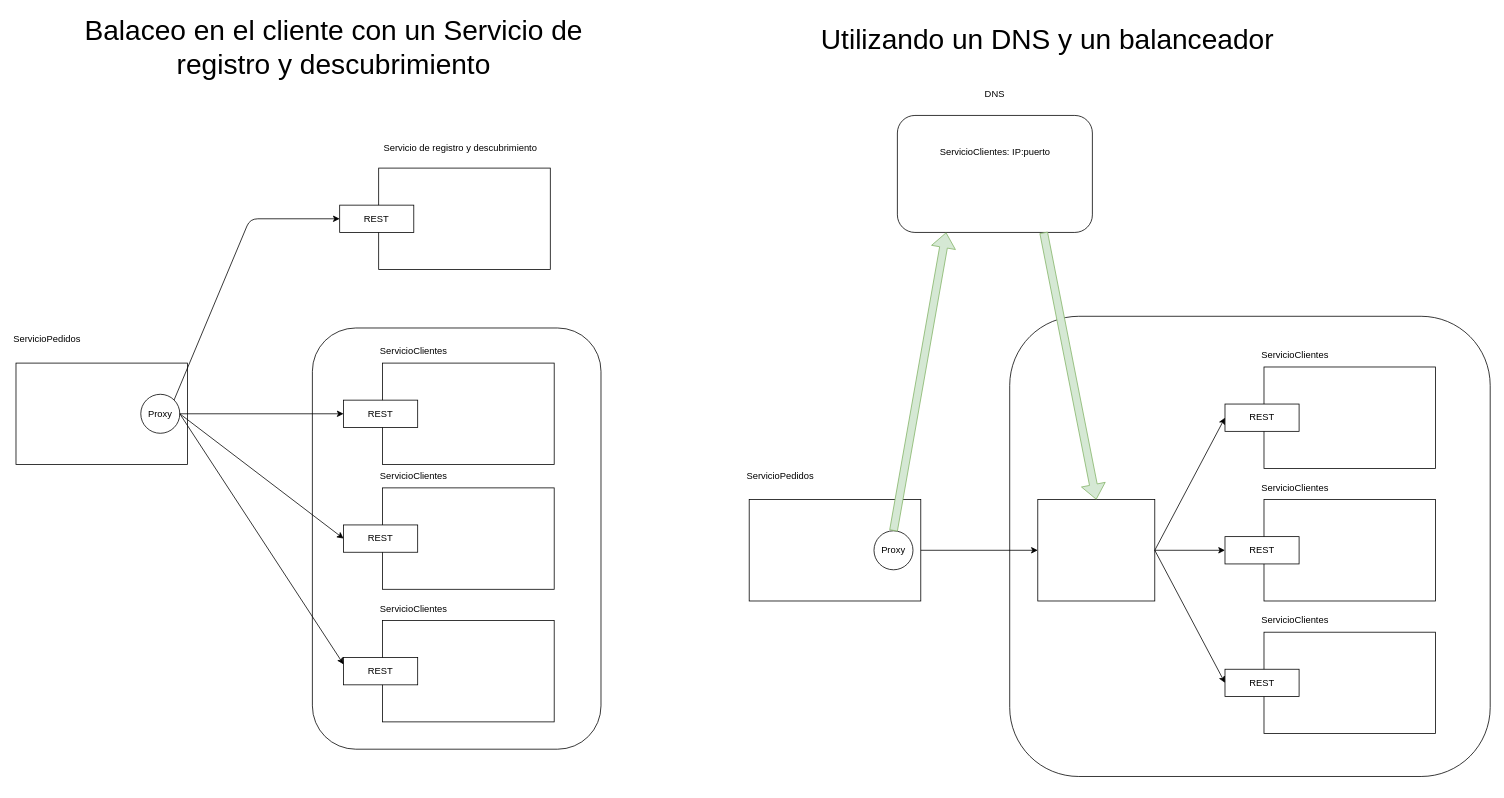
Before: page "Página-13" (13 of 18) of patrones_2022.drawio in lrag/Patrones, a draw.io diagram. Source tidied: cells renumbered, new cells numbered last; positions are measured from the earlier drawing's top-left corner, leaving out a move shared by most shapes. Both pictures are drawn from the tidied source at 78%, with x=0, y=0 at pixel (16, 27).
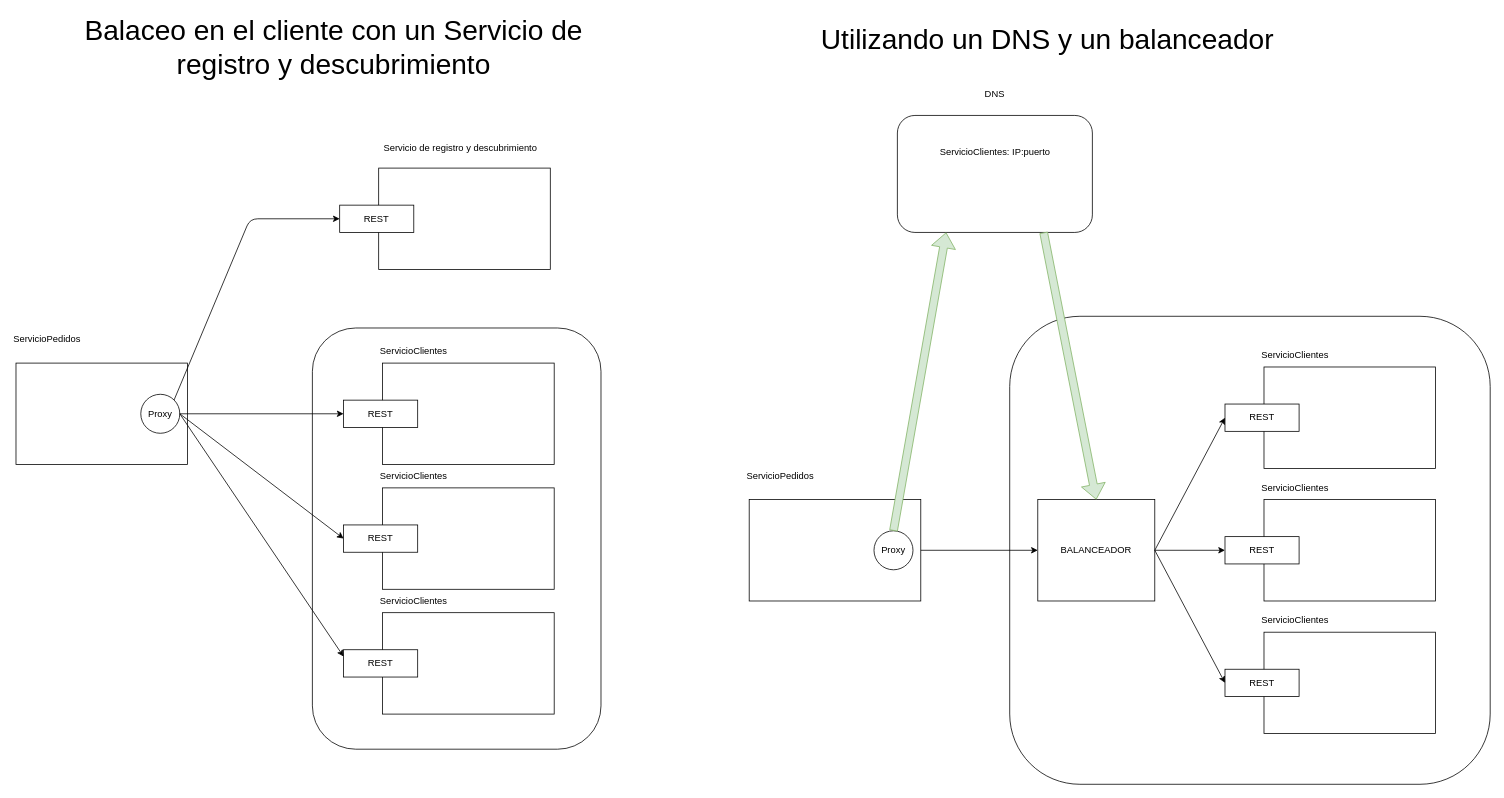
The same diagram, later.

Change to the diagram source:
```diff
@@
     <mxCell id="2" style="rounded=1;whiteSpace=wrap;html=1;fontSize=12;fillColor=none;" parent="1" vertex="1">
-      <mxGeometry x="1274" y="370" width="616" height="590" as="geometry" />
+      <mxGeometry x="1274" y="370" width="616" height="600" as="geometry" />
     </mxCell>
@@
     <mxCell id="9" style="rounded=0;whiteSpace=wrap;html=1;fontSize=12;fillColor=default;" parent="1" vertex="1">
-      <mxGeometry x="470" y="760" width="220" height="130" as="geometry" />
+      <mxGeometry x="470" y="750" width="220" height="130" as="geometry" />
     </mxCell>
     <mxCell id="10" value="REST" style="rounded=0;whiteSpace=wrap;html=1;fontSize=12;fillColor=default;" parent="1" vertex="1">
-      <mxGeometry x="420" y="807.5" width="95" height="35" as="geometry" />
+      <mxGeometry x="420" y="797.5" width="95" height="35" as="geometry" />
     </mxCell>
@@
     <mxCell id="21" value="ServicioClientes" style="text;html=1;strokeColor=none;fillColor=none;align=center;verticalAlign=middle;whiteSpace=wrap;rounded=0;fontSize=12;" parent="1" vertex="1">
-      <mxGeometry x="480" y="730" width="60" height="30" as="geometry" />
+      <mxGeometry x="480" y="720" width="60" height="30" as="geometry" />
     </mxCell>
@@
-    <mxCell id="38" style="rounded=0;whiteSpace=wrap;html=1;fontSize=12;fillColor=default;" parent="1" vertex="1">
+    <mxCell id="38" value="BALANCEADOR" style="rounded=0;whiteSpace=wrap;html=1;fontSize=12;fillColor=default;" parent="1" vertex="1">
       <mxGeometry x="1310" y="605" width="150" height="130" as="geometry" />
     </mxCell>
```
